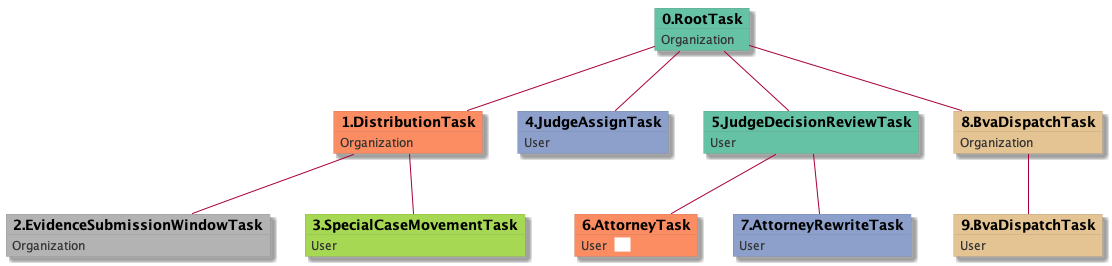
The PlantUML diagram docs-ES/uml/RTO.DTO.ESWTO.SCMTU.JATU.JDRTU.ATU-40605.png in yoomlam/graphing, before a commit.
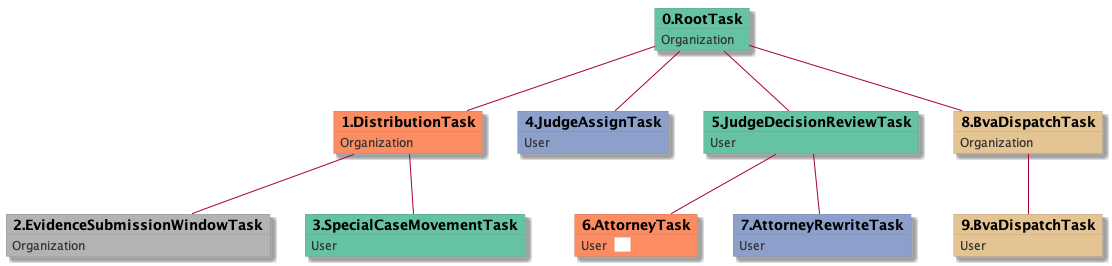
The same diagram one commit later.

What changed in the source:
```diff
@@ -16,7 +16,7 @@
   object 2.EvidenceSubmissionWindowTask #b3b3b3 {
 Organization
 }
-  object 3.SpecialCaseMovementTask #a6d854 {
+  object 3.SpecialCaseMovementTask #66c2a5 {
 User
 }
   object 4.JudgeAssignTask #8da0cb {
```
